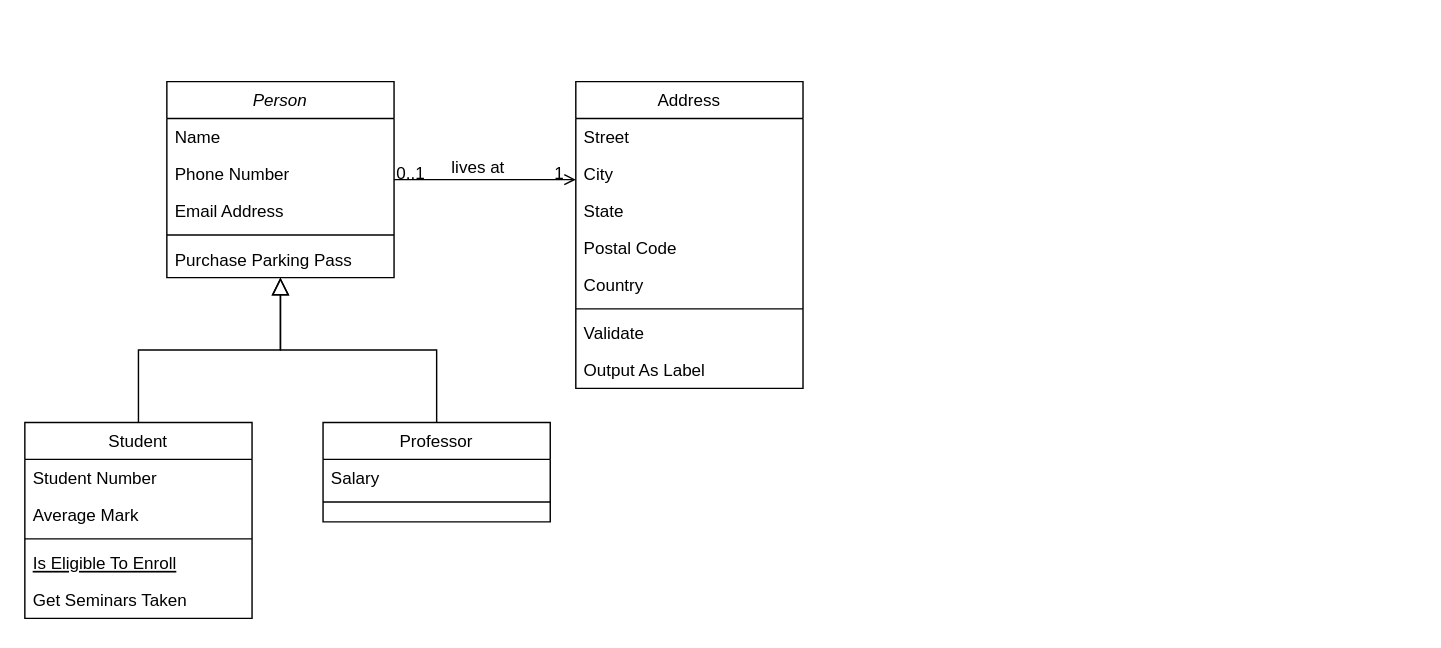
Earlier version of the draw.io diagram Diagrama sin título.drawio (DavidFdezF/MaquinaVending). Source tidied: cells renumbered, new cells numbered last; positions are measured from the earlier drawing's top-left corner, leaving out a move shared by most shapes. Both pictures are drawn from the tidied source at 142%, with x=0, y=0 at pixel (24, 81).
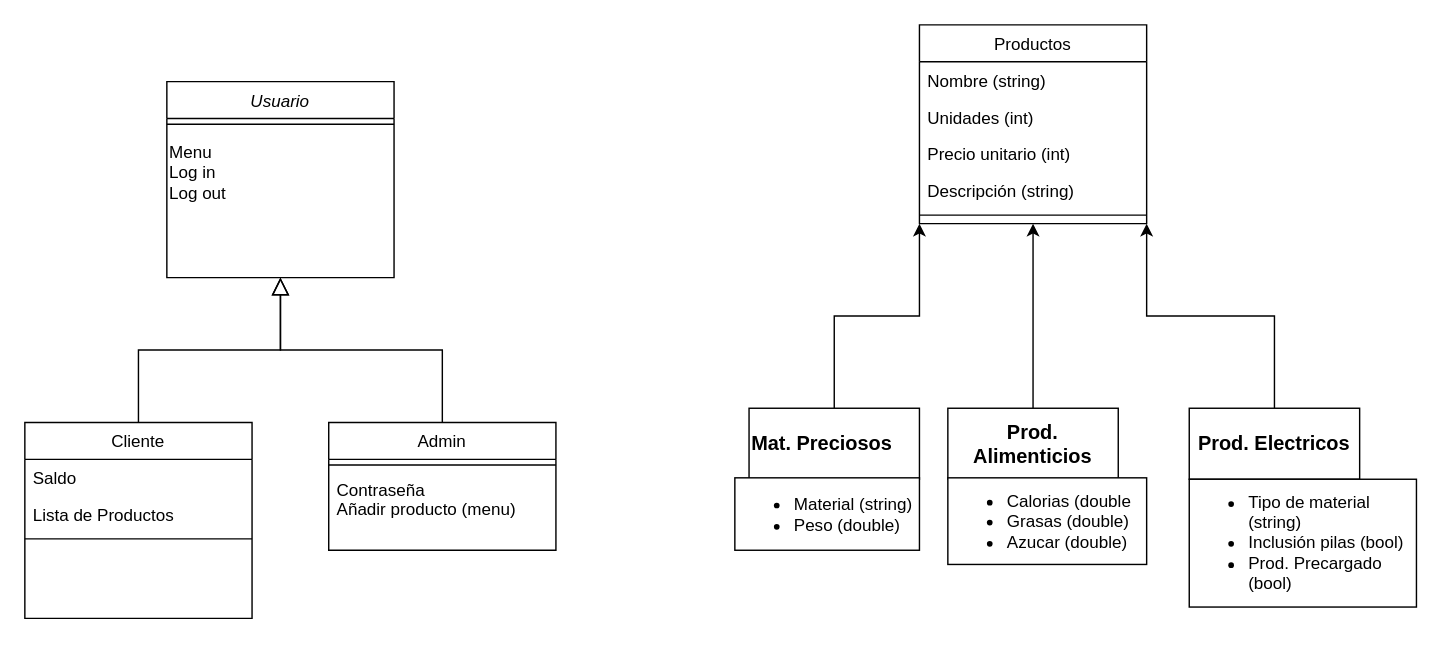
The same diagram, later.

Commit message:
Actualizar Diagrama Vending Machine.drawio

Diff of the diagram source:
```diff
@@
-    <mxCell id="2" value="Person" style="swimlane;fontStyle=2;align=center;verticalAlign=top;horizontal=1;startSize=26;rounded=0;shadow=0;strokeWidth=1;" parent="1" vertex="1">
+    <mxCell id="2" value="Usuario" style="swimlane;fontStyle=2;align=center;verticalAlign=top;horizontal=1;startSize=26;rounded=0;shadow=0;strokeWidth=1;" parent="1" vertex="1">
       <mxGeometry x="100" width="160" height="138" as="geometry" />
     </mxCell>
-    <mxCell id="3" value="Name" style="text;align=left;verticalAlign=top;spacingLeft=4;spacingRight=4;overflow=hidden;" parent="2" vertex="1">
-      <mxGeometry y="26" width="160" height="26" as="geometry" />
-    </mxCell>
-    <mxCell id="4" value="Phone Number" style="text;align=left;verticalAlign=top;spacingLeft=4;spacingRight=4;overflow=hidden;rounded=0;shadow=0;html=0;" parent="2" vertex="1">
-      <mxGeometry y="52" width="160" height="26" as="geometry" />
-    </mxCell>
-    <mxCell id="5" value="Email Address" style="text;align=left;verticalAlign=top;spacingLeft=4;spacingRight=4;overflow=hidden;rounded=0;shadow=0;html=0;" parent="2" vertex="1">
-      <mxGeometry y="78" width="160" height="26" as="geometry" />
-    </mxCell>
     <mxCell id="6" style="line;html=1;strokeWidth=1;align=left;verticalAlign=middle;spacingTop=-1;spacingLeft=3;spacingRight=3;labelPosition=right;" parent="2" vertex="1">
-      <mxGeometry y="104" width="160" height="8" as="geometry" />
+      <mxGeometry y="26" width="160" height="8" as="geometry" />
     </mxCell>
-    <mxCell id="7" value="Purchase Parking Pass" style="text;align=left;verticalAlign=top;spacingLeft=4;spacingRight=4;overflow=hidden;" parent="2" vertex="1">
-      <mxGeometry y="112" width="160" height="26" as="geometry" />
-    </mxCell>
+    <mxCell id="32" value="Menu&lt;div&gt;Log in&lt;/div&gt;&lt;div&gt;Log out&lt;/div&gt;" style="text;html=1;align=left;verticalAlign=middle;strokeColor=none;fillColor=none;" parent="2" vertex="1">
+      <mxGeometry y="34" width="160" height="60" as="geometry" />
+    </mxCell>
-    <mxCell id="8" value="Student" style="swimlane;fontStyle=0;align=center;verticalAlign=top;horizontal=1;startSize=26;rounded=0;shadow=0;strokeWidth=1;" parent="1" vertex="1">
+    <mxCell id="8" value="Cliente" style="swimlane;fontStyle=0;align=center;verticalAlign=top;horizontal=1;startSize=26;rounded=0;shadow=0;strokeWidth=1;" parent="1" vertex="1">
       <mxGeometry y="240" width="160" height="138" as="geometry" />
     </mxCell>
-    <mxCell id="9" value="Student Number" style="text;align=left;verticalAlign=top;spacingLeft=4;spacingRight=4;overflow=hidden;" parent="8" vertex="1">
+    <mxCell id="9" value="Saldo" style="text;align=left;verticalAlign=top;spacingLeft=4;spacingRight=4;overflow=hidden;" parent="8" vertex="1">
       <mxGeometry y="26" width="160" height="26" as="geometry" />
     </mxCell>
-    <mxCell id="10" value="Average Mark" style="text;align=left;verticalAlign=top;spacingLeft=4;spacingRight=4;overflow=hidden;rounded=0;shadow=0;html=0;" parent="8" vertex="1">
+    <mxCell id="10" value="Lista de Productos" style="text;align=left;verticalAlign=top;spacingLeft=4;spacingRight=4;overflow=hidden;rounded=0;shadow=0;html=0;" parent="8" vertex="1">
       <mxGeometry y="52" width="160" height="26" as="geometry" />
     </mxCell>
@@
-    <mxCell id="12" value="Is Eligible To Enroll" style="text;align=left;verticalAlign=top;spacingLeft=4;spacingRight=4;overflow=hidden;fontStyle=4;" parent="8" vertex="1">
-      <mxGeometry y="86" width="160" height="26" as="geometry" />
-    </mxCell>
-    <mxCell id="13" value="Get Seminars Taken" style="text;align=left;verticalAlign=top;spacingLeft=4;spacingRight=4;overflow=hidden;" parent="8" vertex="1">
-      <mxGeometry y="112" width="160" height="26" as="geometry" />
-    </mxCell>
@@
-    <mxCell id="15" value="Professor" style="swimlane;fontStyle=0;align=center;verticalAlign=top;horizontal=1;startSize=26;rounded=0;shadow=0;strokeWidth=1;" parent="1" vertex="1">
-      <mxGeometry x="210" y="240" width="160" height="70" as="geometry" />
+    <mxCell id="15" value="Admin" style="swimlane;fontStyle=0;align=center;verticalAlign=top;horizontal=1;startSize=26;rounded=0;shadow=0;strokeWidth=1;" parent="1" vertex="1">
+      <mxGeometry x="214" y="240" width="160" height="90" as="geometry" />
     </mxCell>
+    <mxCell id="17" style="line;html=1;strokeWidth=1;align=left;verticalAlign=middle;spacingTop=-1;spacingLeft=3;spacingRight=3;labelPosition=right;" parent="15" vertex="1">
+      <mxGeometry y="26" width="160" height="8" as="geometry" />
+    </mxCell>
-    <mxCell id="16" value="Salary" style="text;align=left;verticalAlign=top;spacingLeft=4;spacingRight=4;overflow=hidden;" parent="15" vertex="1">
-      <mxGeometry y="26" width="160" height="26" as="geometry" />
+    <mxCell id="16" value="Contraseña&#10;Añadir producto (menu)" style="text;align=left;verticalAlign=top;spacingLeft=4;spacingRight=4;overflow=hidden;" parent="15" vertex="1">
+      <mxGeometry y="34" width="160" height="56" as="geometry" />
     </mxCell>
-    <mxCell id="17" style="line;html=1;strokeWidth=1;align=left;verticalAlign=middle;spacingTop=-1;spacingLeft=3;spacingRight=3;labelPosition=right;" parent="15" vertex="1">
-      <mxGeometry y="52" width="160" height="8" as="geometry" />
-    </mxCell>
@@
-    <mxCell id="19" value="Address" style="swimlane;fontStyle=0;align=center;verticalAlign=top;horizontal=1;startSize=26;rounded=0;shadow=0;strokeWidth=1;" parent="1" vertex="1">
-      <mxGeometry x="388" width="160" height="216" as="geometry" />
+    <mxCell id="19" value="Productos" style="swimlane;fontStyle=0;align=center;verticalAlign=top;horizontal=1;startSize=26;rounded=0;shadow=0;strokeWidth=1;" parent="1" vertex="1">
+      <mxGeometry x="630" y="-40" width="160" height="140" as="geometry" />
     </mxCell>
-    <mxCell id="20" value="Street" style="text;align=left;verticalAlign=top;spacingLeft=4;spacingRight=4;overflow=hidden;" parent="19" vertex="1">
+    <mxCell id="20" value="Nombre (string)&#10;" style="text;align=left;verticalAlign=top;spacingLeft=4;spacingRight=4;overflow=hidden;" parent="19" vertex="1">
       <mxGeometry y="26" width="160" height="26" as="geometry" />
     </mxCell>
-    <mxCell id="21" value="City" style="text;align=left;verticalAlign=top;spacingLeft=4;spacingRight=4;overflow=hidden;rounded=0;shadow=0;html=0;" parent="19" vertex="1">
+    <mxCell id="21" value="Unidades (int)" style="text;align=left;verticalAlign=top;spacingLeft=4;spacingRight=4;overflow=hidden;rounded=0;shadow=0;html=0;" parent="19" vertex="1">
       <mxGeometry y="52" width="160" height="26" as="geometry" />
     </mxCell>
-    <mxCell id="22" value="State" style="text;align=left;verticalAlign=top;spacingLeft=4;spacingRight=4;overflow=hidden;rounded=0;shadow=0;html=0;" parent="19" vertex="1">
+    <mxCell id="22" value="Precio unitario (int)" style="text;align=left;verticalAlign=top;spacingLeft=4;spacingRight=4;overflow=hidden;rounded=0;shadow=0;html=0;" parent="19" vertex="1">
       <mxGeometry y="78" width="160" height="26" as="geometry" />
     </mxCell>
-    <mxCell id="23" value="Postal Code" style="text;align=left;verticalAlign=top;spacingLeft=4;spacingRight=4;overflow=hidden;rounded=0;shadow=0;html=0;" parent="19" vertex="1">
+    <mxCell id="23" value="Descripción (string)" style="text;align=left;verticalAlign=top;spacingLeft=4;spacingRight=4;overflow=hidden;rounded=0;shadow=0;html=0;" parent="19" vertex="1">
       <mxGeometry y="104" width="160" height="26" as="geometry" />
     </mxCell>
-    <mxCell id="24" value="Country" style="text;align=left;verticalAlign=top;spacingLeft=4;spacingRight=4;overflow=hidden;rounded=0;shadow=0;html=0;" parent="19" vertex="1">
-      <mxGeometry y="130" width="160" height="26" as="geometry" />
-    </mxCell>
     <mxCell id="25" style="line;html=1;strokeWidth=1;align=left;verticalAlign=middle;spacingTop=-1;spacingLeft=3;spacingRight=3;labelPosition=right;" parent="19" vertex="1">
-      <mxGeometry y="156" width="160" height="8" as="geometry" />
+      <mxGeometry y="130" width="160" height="8" as="geometry" />
     </mxCell>
-    <mxCell id="26" value="Validate" style="text;align=left;verticalAlign=top;spacingLeft=4;spacingRight=4;overflow=hidden;" parent="19" vertex="1">
-      <mxGeometry y="164" width="160" height="26" as="geometry" />
-    </mxCell>
-    <mxCell id="27" value="Output As Label" style="text;align=left;verticalAlign=top;spacingLeft=4;spacingRight=4;overflow=hidden;" parent="19" vertex="1">
-      <mxGeometry y="190" width="160" height="26" as="geometry" />
-    </mxCell>
-    <mxCell id="28" style="endArrow=open;shadow=0;strokeWidth=1;rounded=0;curved=0;endFill=1;edgeStyle=elbowEdgeStyle;elbow=vertical;" parent="1" edge="1" source="2" target="19">
-      <mxGeometry x="0.5" y="41" relative="1" as="geometry">
-        <mxPoint x="-40" y="32" as="offset" />
-      </mxGeometry>
-    </mxCell>
-    <mxCell id="29" value="0..1" style="align=left;verticalAlign=bottom;labelBackgroundColor=none;fontSize=12;" parent="28" vertex="1">
-      <mxGeometry x="-1" relative="1" as="geometry">
-        <mxPoint y="4" as="offset" />
-      </mxGeometry>
-    </mxCell>
-    <mxCell id="30" value="1" style="align=right;verticalAlign=bottom;labelBackgroundColor=none;fontSize=12;" parent="28" vertex="1">
-      <mxGeometry x="1" relative="1" as="geometry">
-        <mxPoint x="-7" y="4" as="offset" />
-      </mxGeometry>
-    </mxCell>
-    <mxCell id="31" value="lives at" style="text;html=1;align=center;verticalAlign=middle;labelBackgroundColor=none;rounded=0;shadow=0;strokeWidth=1;fontSize=12;" parent="28" vertex="1">
-      <mxGeometry x="0.5" y="49" relative="1" as="geometry">
-        <mxPoint x="-38" y="40" as="offset" />
-      </mxGeometry>
-    </mxCell>
+    <mxCell id="33" style="edgeStyle=orthogonalEdgeStyle;rounded=0;jettySize=auto;html=1;exitX=0.5;exitY=0;exitDx=0;exitDy=0;entryX=0;entryY=1;entryDx=0;entryDy=0;" parent="1" edge="1" source="34" target="19">
+      <mxGeometry relative="1" as="geometry" />
+    </mxCell>
+    <mxCell id="34" value="&lt;p style=&quot;line-height: 110%;&quot;&gt;&lt;/p&gt;&lt;div style=&quot;line-height: 120%;&quot;&gt;&lt;h3 style=&quot;text-align: center; line-height: 120%;&quot;&gt;Mat. Preciosos&lt;/h3&gt;&lt;/div&gt;&lt;p&gt;&lt;/p&gt;" style="rounded=0;whiteSpace=wrap;html=1;align=left;" parent="1" vertex="1">
+      <mxGeometry x="510" y="230" width="120" height="50" as="geometry" />
+    </mxCell>
+    <mxCell id="35" value="&lt;ul&gt;&lt;li style=&quot;&quot;&gt;Material (string)&lt;/li&gt;&lt;li style=&quot;&quot;&gt;Peso (double)&lt;/li&gt;&lt;/ul&gt;" style="rounded=0;whiteSpace=wrap;html=1;align=left;" parent="1" vertex="1">
+      <mxGeometry x="500" y="279" width="130" height="51" as="geometry" />
+    </mxCell>
+    <mxCell id="36" style="edgeStyle=orthogonalEdgeStyle;rounded=0;jettySize=auto;html=1;exitX=0.5;exitY=0;exitDx=0;exitDy=0;entryX=0.5;entryY=1;entryDx=0;entryDy=0;" parent="1" edge="1" source="37" target="19">
+      <mxGeometry relative="1" as="geometry" />
+    </mxCell>
+    <mxCell id="37" value="&lt;h3&gt;Prod. Alimenticios&lt;/h3&gt;" style="rounded=0;whiteSpace=wrap;html=1;" parent="1" vertex="1">
+      <mxGeometry x="650" y="230" width="120" height="50" as="geometry" />
+    </mxCell>
+    <mxCell id="38" value="&lt;ul&gt;&lt;li&gt;Calorias (double&lt;/li&gt;&lt;li&gt;Grasas (double)&lt;/li&gt;&lt;li&gt;Azucar (double)&lt;/li&gt;&lt;/ul&gt;" style="rounded=0;whiteSpace=wrap;html=1;align=left;" parent="1" vertex="1">
+      <mxGeometry x="650" y="279" width="140" height="61" as="geometry" />
+    </mxCell>
+    <mxCell id="39" style="edgeStyle=orthogonalEdgeStyle;rounded=0;jettySize=auto;html=1;exitX=0.5;exitY=0;exitDx=0;exitDy=0;entryX=1;entryY=1;entryDx=0;entryDy=0;" parent="1" edge="1" source="40" target="19">
+      <mxGeometry relative="1" as="geometry" />
+    </mxCell>
+    <mxCell id="40" value="&lt;h3&gt;Prod. Electricos&lt;/h3&gt;" style="rounded=0;whiteSpace=wrap;html=1;" parent="1" vertex="1">
+      <mxGeometry x="820" y="230" width="120" height="50" as="geometry" />
+    </mxCell>
+    <mxCell id="41" value="&lt;ul&gt;&lt;li&gt;Tipo de material (string)&lt;/li&gt;&lt;li&gt;Inclusión pilas (bool)&lt;/li&gt;&lt;li&gt;Prod. Precargado (bool)&lt;/li&gt;&lt;/ul&gt;" style="rounded=0;whiteSpace=wrap;html=1;align=left;" parent="1" vertex="1">
+      <mxGeometry x="820" y="280" width="160" height="90" as="geometry" />
+    </mxCell>
```
